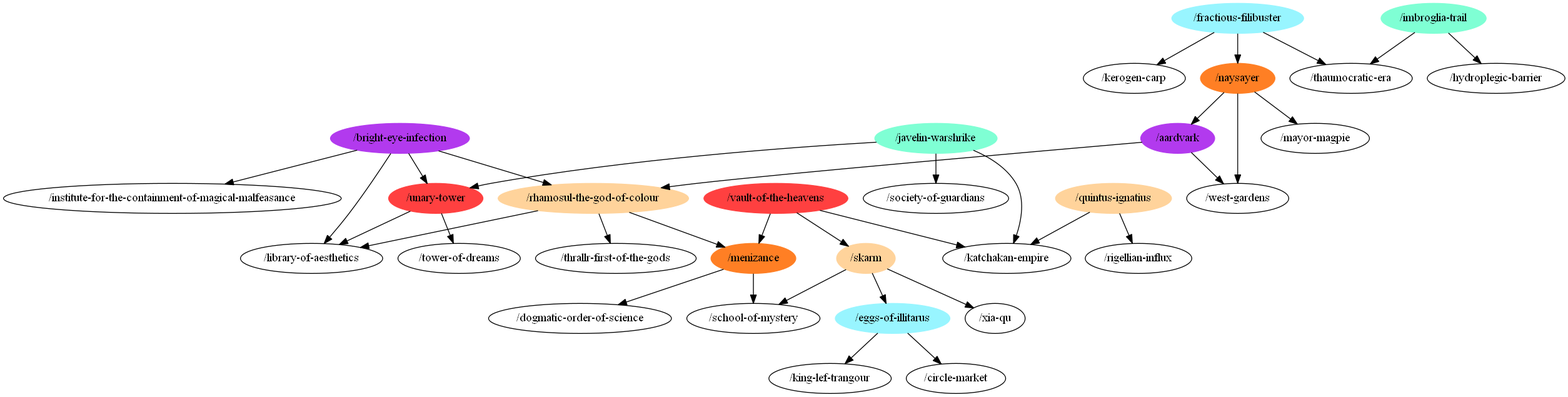
m-r-hunt/od117-walker keeps this Graphviz diagram as at-general.png. Above is the earlier version. Its source is kept beside it as at-general.dot.
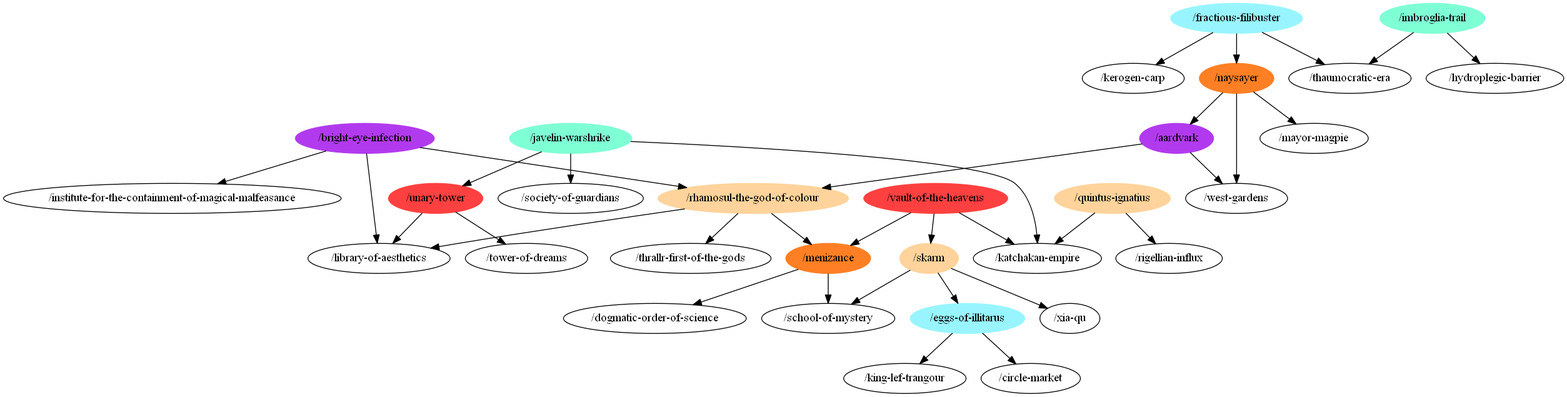
Above is the later version.

The edit, as a diff of the source:
```diff
@@ -50,7 +50,6 @@
 "/quintus-ignatius" -> "/rigellian-influx";
 "/quintus-ignatius" -> "/katchakan-empire";
 "/bright-eye-infection" -> "/institute-for-the-containment-of-magical-malfeasance";
-"/bright-eye-infection" -> "/unary-tower";
 "/bright-eye-infection" -> "/rhamosul-the-god-of-colour";
 "/bright-eye-infection" -> "/library-of-aesthetics";
 "/vault-of-the-heavens" -> "/skarm";
```
